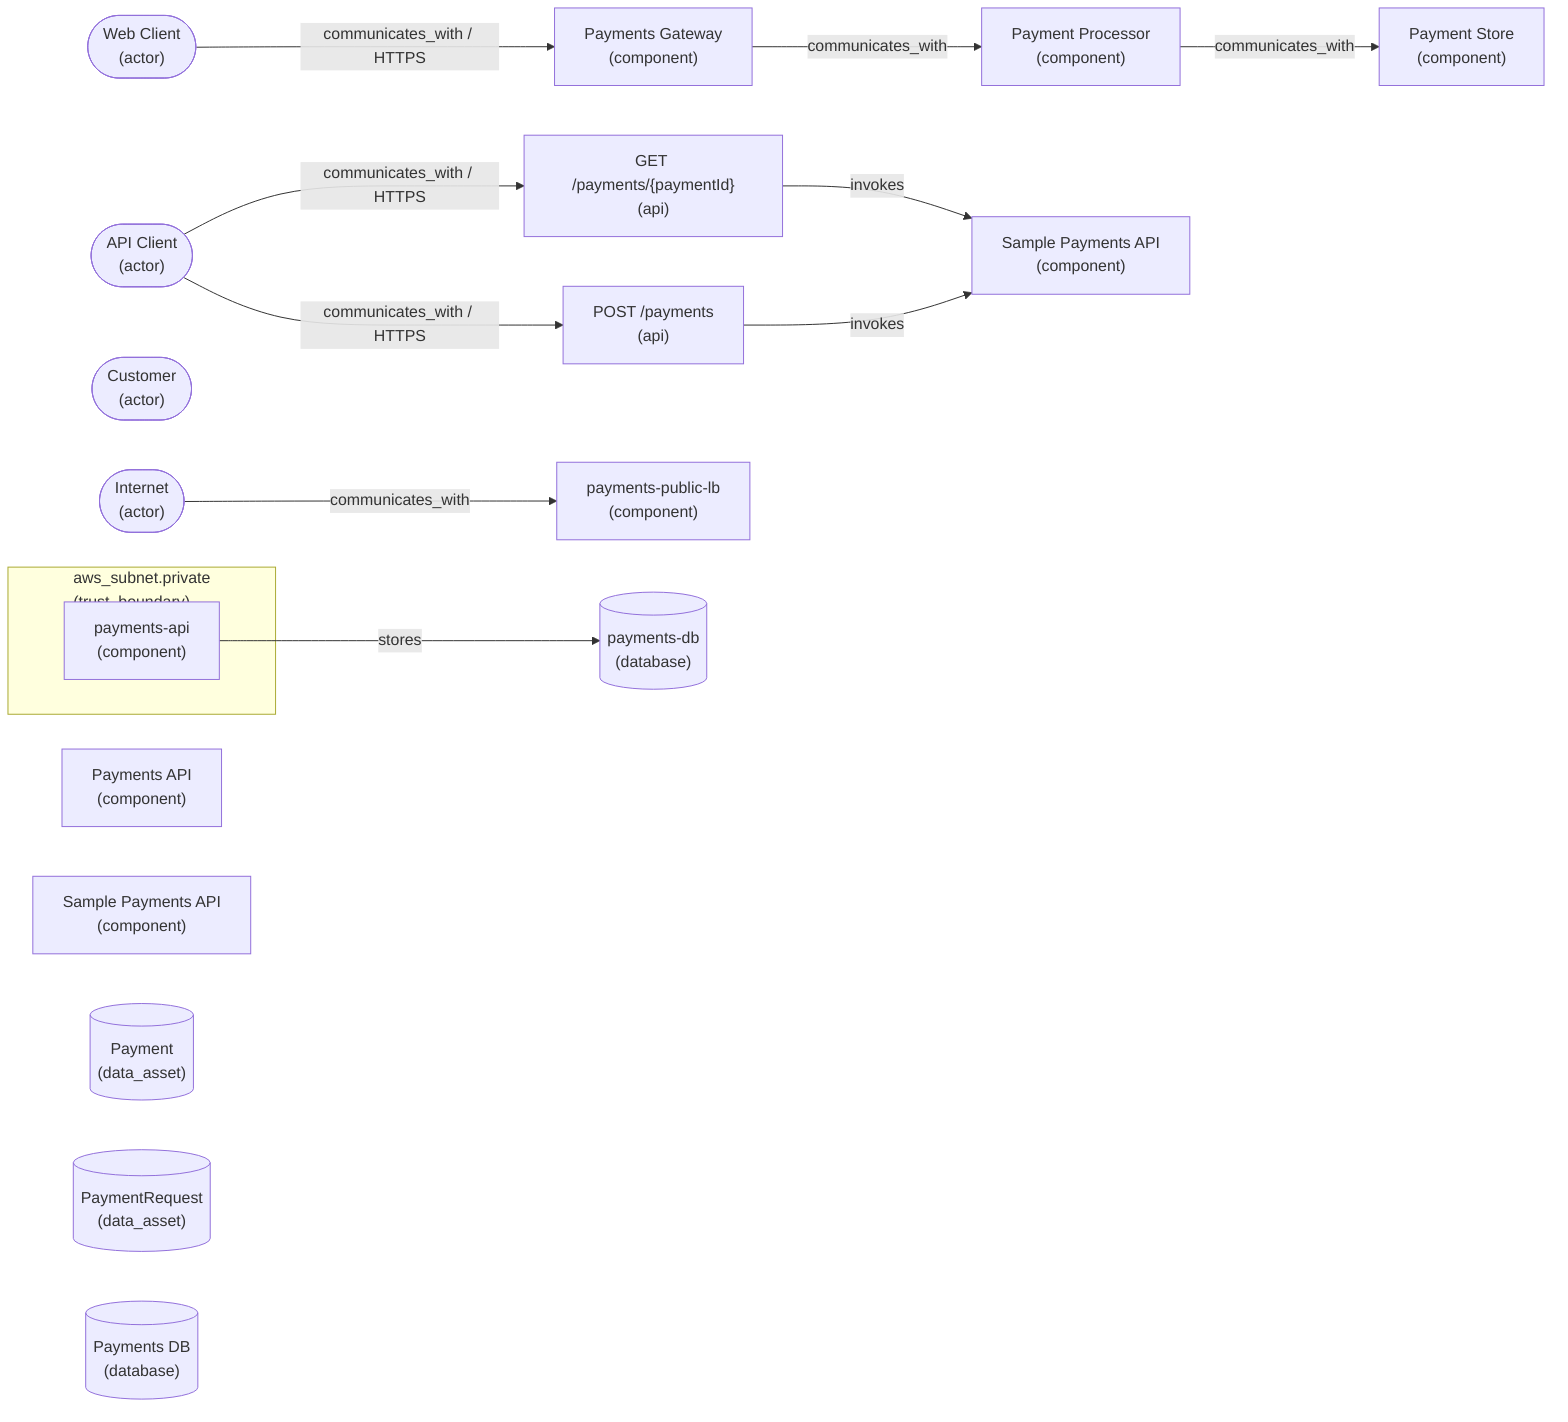
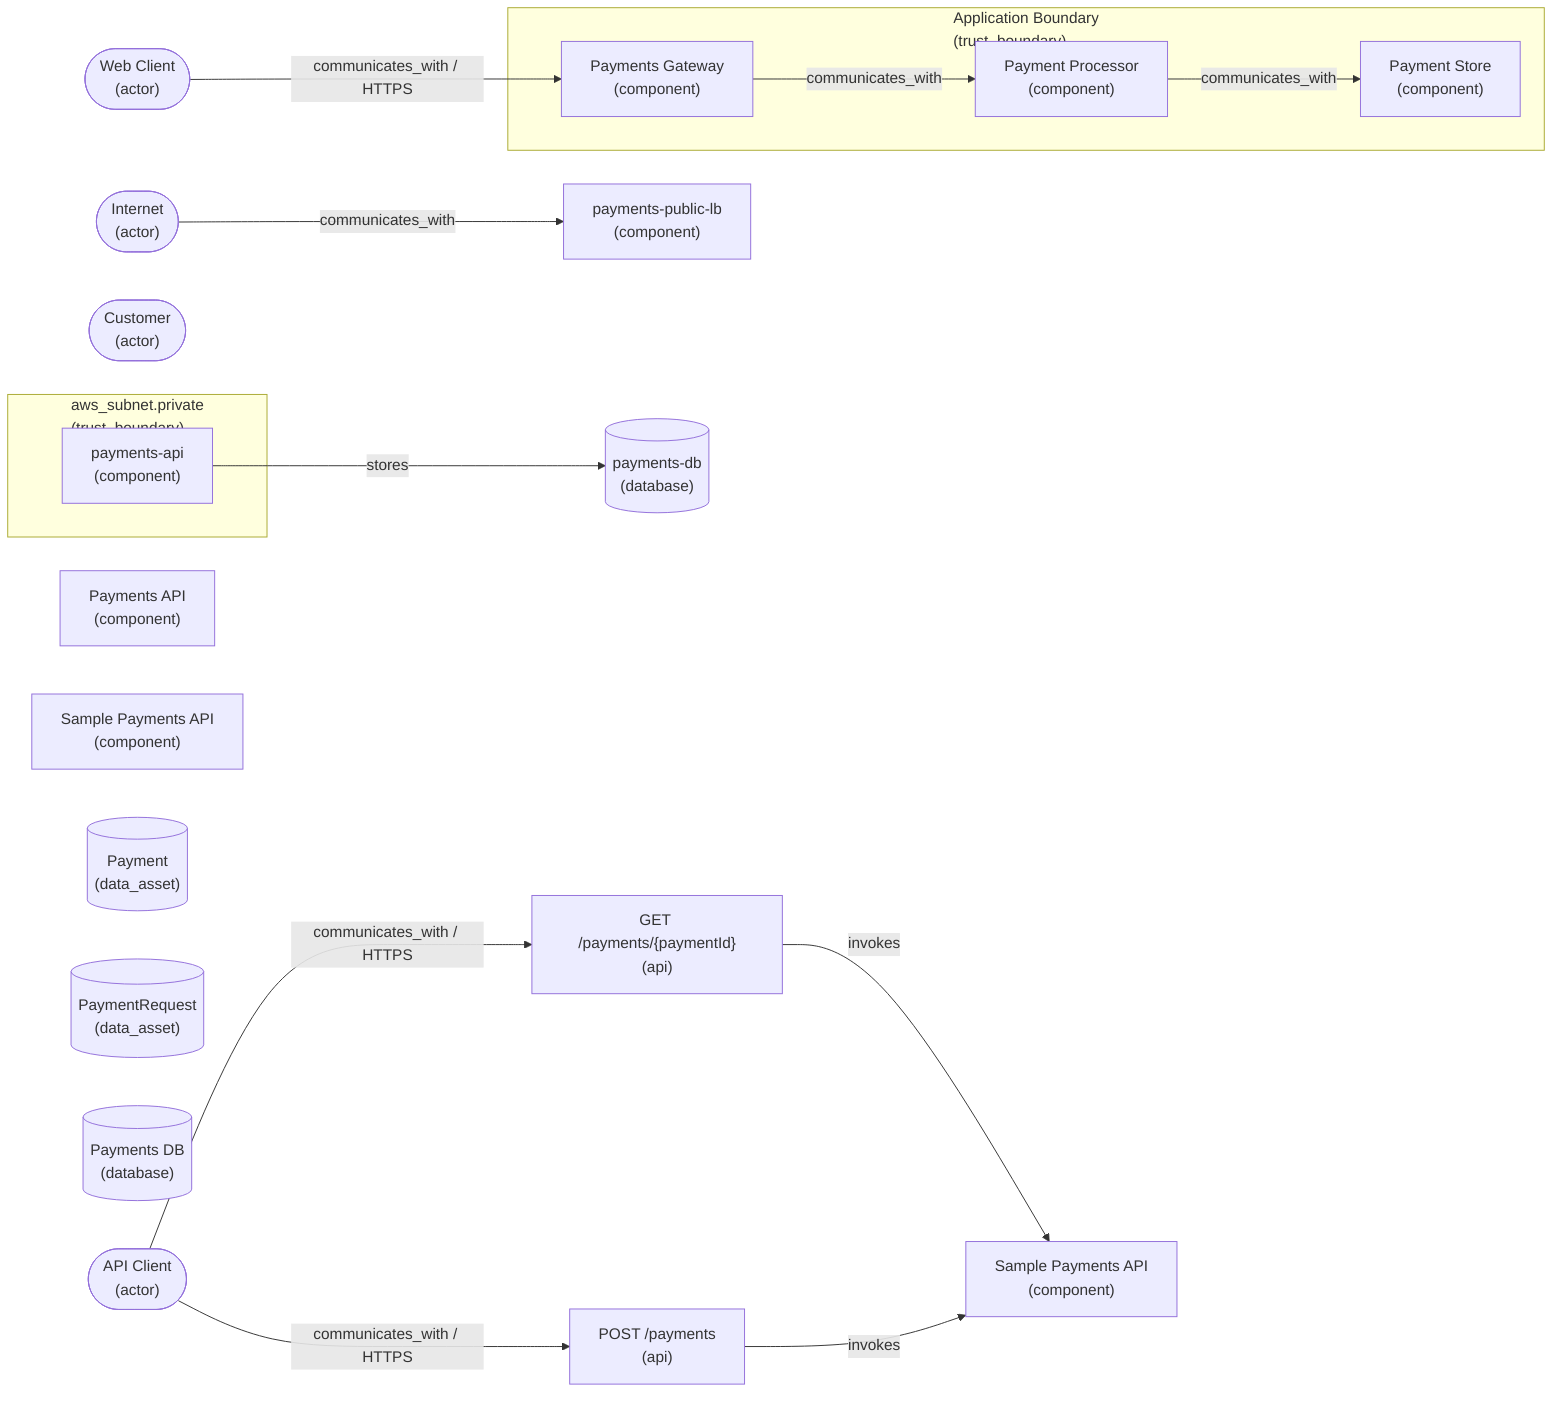
flowchart LR
  %% Generated from system_model.json. Do not edit manually.
+   subgraph n_3adfcb60f4["Application Boundary\n(trust_boundary)"]
+     n_8fbd39c839["Payment Processor\n(component)"]
+     n_90805b71d3["Payment Store\n(component)"]
+     n_18b953a710["Payments Gateway\n(component)"]
+   end
  subgraph n_2aac25e38c["aws_subnet.private\n(trust_boundary)"]
    n_ed57bad244["payments-api\n(component)"]
  end
  n_f238dbc2fb(["API Client\n(actor)"])
  n_3d72efd63f(["Customer\n(actor)"])
  n_40ff02c3aa(["Internet\n(actor)"])
  n_f5a5bcaa64(["Web Client\n(actor)"])
  n_8380f54a1c["GET /payments/{paymentId}\n(api)"]
  n_9cd32496f4["POST /payments\n(api)"]
-   n_8fbd39c839["Payment Processor\n(component)"]
-   n_90805b71d3["Payment Store\n(component)"]
  n_4762e743ba["Payments API\n(component)"]
-   n_18b953a710["Payments Gateway\n(component)"]
  n_c07feb1b52["Sample Payments API\n(component)"]
  n_ed1588d808["Sample Payments API\n(component)"]
  n_40b4a18fad["payments-public-lb\n(component)"]
  n_f14744ba15[("Payment\n(data_asset)")]
  n_6daccfe197[("PaymentRequest\n(data_asset)")]
  n_6fac5d208b[("Payments DB\n(database)")]
  n_7d5776cd37[("payments-db\n(database)")]
  n_f5a5bcaa64 -->|"communicates_with / HTTPS"| n_18b953a710
  n_f238dbc2fb -->|"communicates_with / HTTPS"| n_8380f54a1c
  n_f238dbc2fb -->|"communicates_with / HTTPS"| n_9cd32496f4
  n_40ff02c3aa -->|"communicates_with"| n_40b4a18fad
  n_18b953a710 -->|"communicates_with"| n_8fbd39c839
  n_8fbd39c839 -->|"communicates_with"| n_90805b71d3
  n_8380f54a1c -->|"invokes"| n_c07feb1b52
  n_9cd32496f4 -->|"invokes"| n_c07feb1b52
  n_ed57bad244 -->|"stores"| n_7d5776cd37
